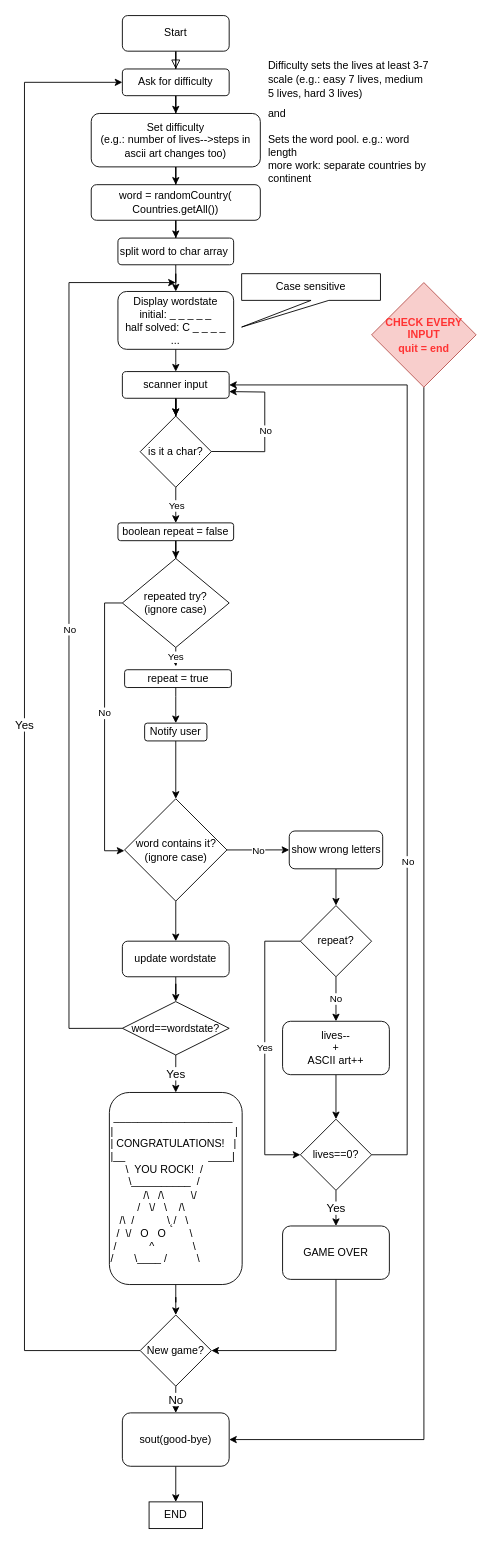
TheRealCoon/hangman-codecool keeps this draw.io diagram as sharedstuffs/hangman_flowchart_group4.drawio. Above is the earlier version. Source tidied: cells renumbered, new cells numbered last; positions are measured from the earlier drawing's top-left corner, leaving out a move shared by most shapes. Both pictures are drawn from the tidied source at 89%, with x=0, y=0 at pixel (24, 15).
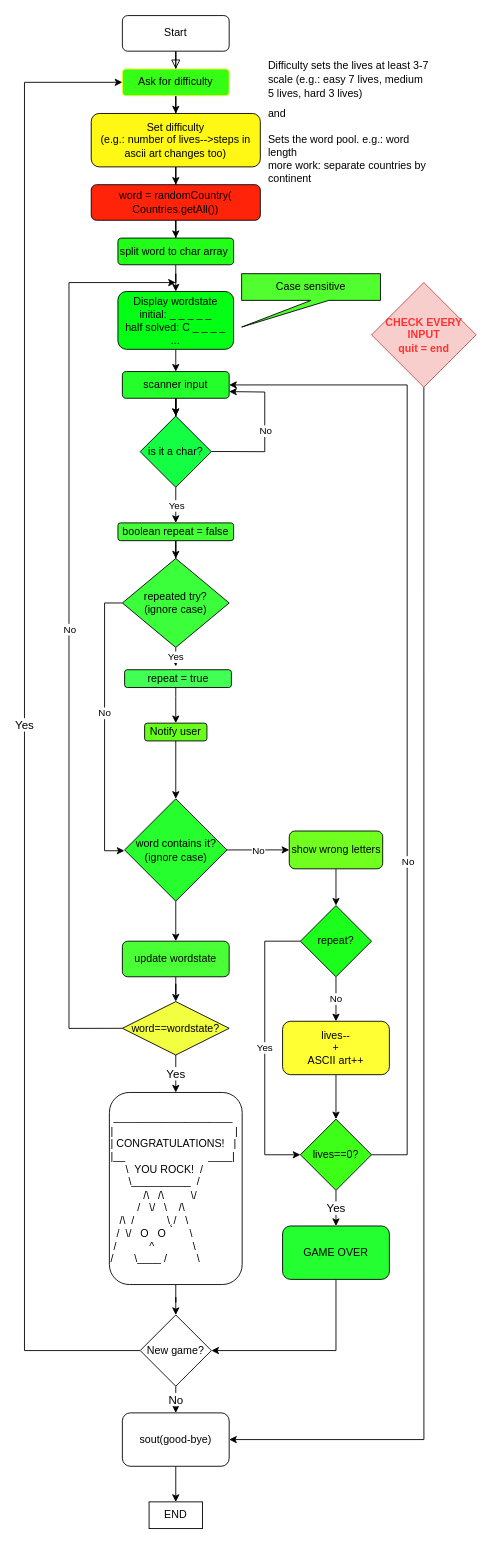
The same page after the edit.

Commit message (it also covers changes not shown here):
Add updated flowchart and congrats message

What changed in the source:
```diff
@@
-    <mxCell id="5" value="Ask for difficulty" style="rounded=1;whiteSpace=wrap;html=1;" parent="1" vertex="1">
+    <mxCell id="5" value="Ask for difficulty" style="rounded=1;whiteSpace=wrap;html=1;strokeColor=#FFF71C;fillColor=#34FF14;" parent="1" vertex="1">
       <mxGeometry x="110" y="60" width="120" height="30" as="geometry" />
     </mxCell>
@@
-    <mxCell id="7" value="Set difficulty&lt;br&gt;(e.g.: number of lives--&amp;gt;steps in ascii art changes too)" style="rounded=1;whiteSpace=wrap;html=1;" parent="1" vertex="1">
+    <mxCell id="7" value="Set difficulty&lt;br&gt;(e.g.: number of lives--&amp;gt;steps in ascii art changes too)" style="rounded=1;whiteSpace=wrap;html=1;fillColor=#FFF714;" parent="1" vertex="1">
       <mxGeometry x="75" y="110" width="190" height="60" as="geometry" />
     </mxCell>
@@
-    <mxCell id="9" value="word = randomCountry( Countries.getAll())" style="rounded=1;whiteSpace=wrap;html=1;" parent="1" vertex="1">
+    <mxCell id="9" value="word = randomCountry( Countries.getAll())" style="rounded=1;whiteSpace=wrap;html=1;fillColor=#FF230A;" parent="1" vertex="1">
       <mxGeometry x="75" y="190" width="190" height="40" as="geometry" />
     </mxCell>
@@
-    <mxCell id="11" value="split word to char array&amp;nbsp;" style="rounded=1;whiteSpace=wrap;html=1;" parent="1" vertex="1">
+    <mxCell id="11" value="split word to char array&amp;nbsp;" style="rounded=1;whiteSpace=wrap;html=1;fillColor=#21FF19;" parent="1" vertex="1">
       <mxGeometry x="105" y="250" width="130" height="30" as="geometry" />
     </mxCell>
@@
-    <mxCell id="14" value="scanner input" style="rounded=1;whiteSpace=wrap;html=1;" parent="1" vertex="1">
+    <mxCell id="14" value="scanner input" style="rounded=1;whiteSpace=wrap;html=1;fillColor=#24FF2B;" parent="1" vertex="1">
       <mxGeometry x="110" y="400" width="120" height="30" as="geometry" />
     </mxCell>
-    <mxCell id="15" value="is it a char?" style="rhombus;whiteSpace=wrap;html=1;direction=south;" parent="1" vertex="1">
+    <mxCell id="15" value="is it a char?" style="rhombus;whiteSpace=wrap;html=1;direction=south;fillColor=#14FF43;" parent="1" vertex="1">
       <mxGeometry x="130" y="450" width="80" height="80" as="geometry" />
     </mxCell>
@@
-    <mxCell id="17" value="word contains it?&lt;br&gt;(ignore case)" style="rhombus;whiteSpace=wrap;html=1;" parent="1" vertex="1">
+    <mxCell id="17" value="word contains it?&lt;br&gt;(ignore case)" style="rhombus;whiteSpace=wrap;html=1;fillColor=#26FF2D;" parent="1" vertex="1">
       <mxGeometry x="112.5" y="880" width="115" height="115" as="geometry" />
     </mxCell>
@@
-    <mxCell id="21" value="update wordstate" style="rounded=1;whiteSpace=wrap;html=1;" parent="1" vertex="1">
+    <mxCell id="21" value="update wordstate" style="rounded=1;whiteSpace=wrap;html=1;fillColor=#4AFF36;" parent="1" vertex="1">
       <mxGeometry x="110" y="1040" width="120" height="40" as="geometry" />
     </mxCell>
@@
-    <mxCell id="25" value="show wrong letters" style="rounded=1;whiteSpace=wrap;html=1;" parent="1" vertex="1">
+    <mxCell id="25" value="show wrong letters" style="rounded=1;whiteSpace=wrap;html=1;fillColor=#71FF1F;" parent="1" vertex="1">
       <mxGeometry x="297.5" y="916.2" width="105" height="42.5" as="geometry" />
     </mxCell>
@@
-    <mxCell id="27" value="lives--&lt;br&gt;+&lt;br&gt;ASCII art++" style="rounded=1;whiteSpace=wrap;html=1;" parent="1" vertex="1">
+    <mxCell id="27" value="lives--&lt;br&gt;+&lt;br&gt;ASCII art++" style="rounded=1;whiteSpace=wrap;html=1;fillColor=#FFFF33;" parent="1" vertex="1">
       <mxGeometry x="290" y="1130" width="120" height="60" as="geometry" />
     </mxCell>
@@
-    <mxCell id="31" value="lives==0?" style="rhombus;whiteSpace=wrap;html=1;" parent="1" vertex="1">
+    <mxCell id="31" value="lives==0?" style="rhombus;whiteSpace=wrap;html=1;fillColor=#3EFF17;" parent="1" vertex="1">
       <mxGeometry x="310" y="1240" width="80" height="80" as="geometry" />
     </mxCell>
@@
-    <mxCell id="33" value="GAME OVER" style="rounded=1;whiteSpace=wrap;html=1;" parent="1" vertex="1">
+    <mxCell id="33" value="GAME OVER" style="rounded=1;whiteSpace=wrap;html=1;fillColor=#24FF32;" parent="1" vertex="1">
       <mxGeometry x="290" y="1360" width="120" height="60" as="geometry" />
     </mxCell>
@@
-    <mxCell id="39" value="Display wordstate&lt;br&gt;initial: _ _ _ _ _&lt;br&gt;half solved: C _ _ _ _&lt;br&gt;..." style="rounded=1;whiteSpace=wrap;html=1;" parent="1" vertex="1">
+    <mxCell id="39" value="Display wordstate&lt;br&gt;initial: _ _ _ _ _&lt;br&gt;half solved: C _ _ _ _&lt;br&gt;..." style="rounded=1;whiteSpace=wrap;html=1;fillColor=#03FF13;" parent="1" vertex="1">
       <mxGeometry x="105" y="310" width="130" height="65" as="geometry" />
     </mxCell>
-    <mxCell id="40" value="Case sensitive" style="shape=callout;whiteSpace=wrap;html=1;perimeter=calloutPerimeter;position2=0;" parent="1" vertex="1">
+    <mxCell id="40" value="Case sensitive" style="shape=callout;whiteSpace=wrap;html=1;perimeter=calloutPerimeter;position2=0;fillColor=#51FF2E;" parent="1" vertex="1">
       <mxGeometry x="244" y="290" width="156" height="60" as="geometry" />
     </mxCell>
@@
-    <mxCell id="42" value="word==wordstate?" style="rhombus;whiteSpace=wrap;html=1;" parent="1" vertex="1">
+    <mxCell id="42" value="word==wordstate?" style="rhombus;whiteSpace=wrap;html=1;fillColor=#F2FF40;" parent="1" vertex="1">
       <mxGeometry x="110" y="1107.9" width="120" height="60" as="geometry" />
     </mxCell>
@@
-    <mxCell id="54" value="repeated try?&lt;br&gt;(ignore case)" style="rhombus;whiteSpace=wrap;html=1;" parent="1" vertex="1">
+    <mxCell id="54" value="repeated try?&lt;br&gt;(ignore case)" style="rhombus;whiteSpace=wrap;html=1;fillColor=#3BFF3B;" parent="1" vertex="1">
       <mxGeometry x="110" y="610" width="120" height="100" as="geometry" />
     </mxCell>
@@
-    <mxCell id="58" value="Notify user" style="rounded=1;whiteSpace=wrap;html=1;fontColor=#000000;" parent="1" vertex="1">
+    <mxCell id="58" value="Notify user" style="rounded=1;whiteSpace=wrap;html=1;fontColor=#000000;fillColor=#68FF1C;" parent="1" vertex="1">
       <mxGeometry x="135" y="795" width="70" height="20" as="geometry" />
     </mxCell>
@@
-    <mxCell id="60" value="repeat = true" style="rounded=1;whiteSpace=wrap;html=1;fontColor=#000000;" parent="1" vertex="1">
+    <mxCell id="60" value="repeat = true" style="rounded=1;whiteSpace=wrap;html=1;fontColor=#000000;fillColor=#42FF55;" parent="1" vertex="1">
       <mxGeometry x="112.5" y="735" width="120" height="20" as="geometry" />
     </mxCell>
@@
-    <mxCell id="63" value="repeat?" style="rhombus;whiteSpace=wrap;html=1;fontColor=#000000;" parent="1" vertex="1">
+    <mxCell id="63" value="repeat?" style="rhombus;whiteSpace=wrap;html=1;fontColor=#000000;fillColor=#1CFF1C;" parent="1" vertex="1">
       <mxGeometry x="310" y="1000" width="80" height="80" as="geometry" />
     </mxCell>
@@
-    <mxCell id="65" value="boolean repeat = false" style="rounded=1;whiteSpace=wrap;html=1;fontColor=#000000;" parent="1" vertex="1">
+    <mxCell id="65" value="boolean repeat = false" style="rounded=1;whiteSpace=wrap;html=1;fontColor=#000000;fillColor=#43FF36;" parent="1" vertex="1">
       <mxGeometry x="105" y="570" width="130" height="20" as="geometry" />
     </mxCell>
```
